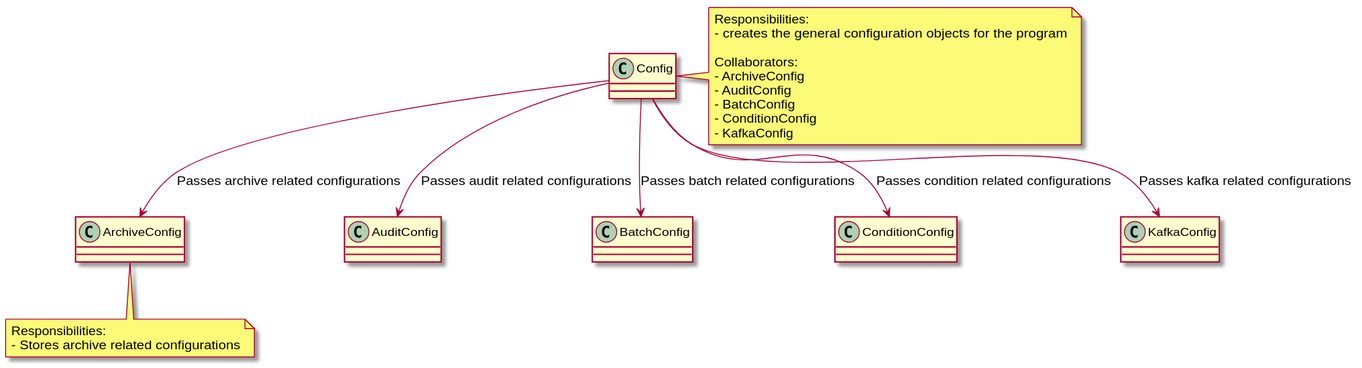
elliVM/pth_06 keeps this PlantUML diagram as docs/doxygen/doxygen/inline_umlgraph_5.svg. Above is the earlier version.
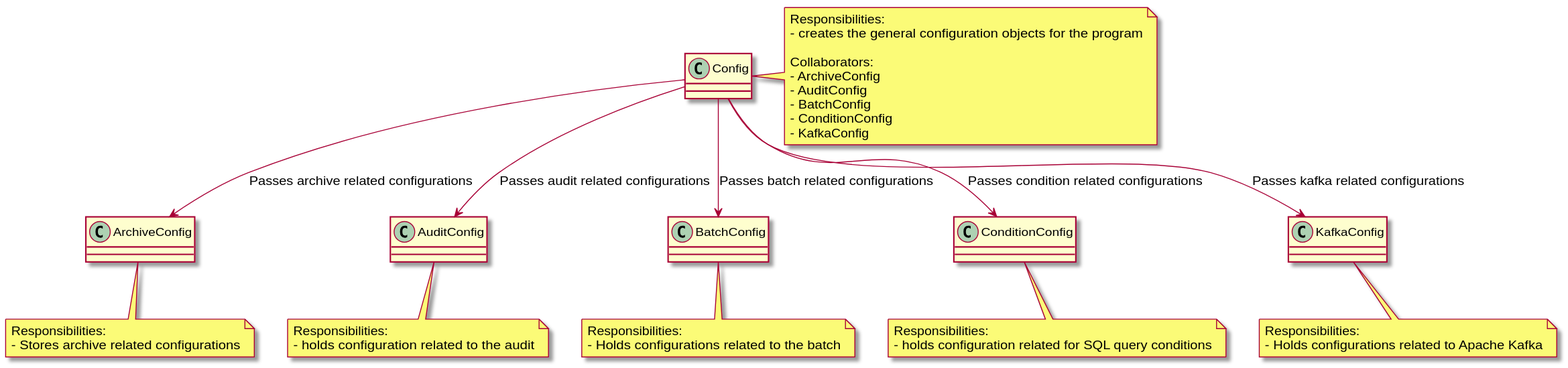
After the commit.

What changed in the source:
```diff
@@ -25,4 +25,24 @@
 Responsibilities:
 - Stores archive related configurations
 endnote
+
+note bottom of AuditConfig
+Responsibilities:
+- holds configuration related to the audit
+endnote
+
+note bottom of BatchConfig
+Responsibilities:
+- Holds configurations related to the batch
+endnote
+
+note bottom of ConditionConfig
+Responsibilities:
+- holds configuration related for SQL query conditions
+endnote
+
+note bottom of KafkaConfig
+Responsibilities:
+- Holds configurations related to Apache Kafka
+endnote
 @enduml
```
